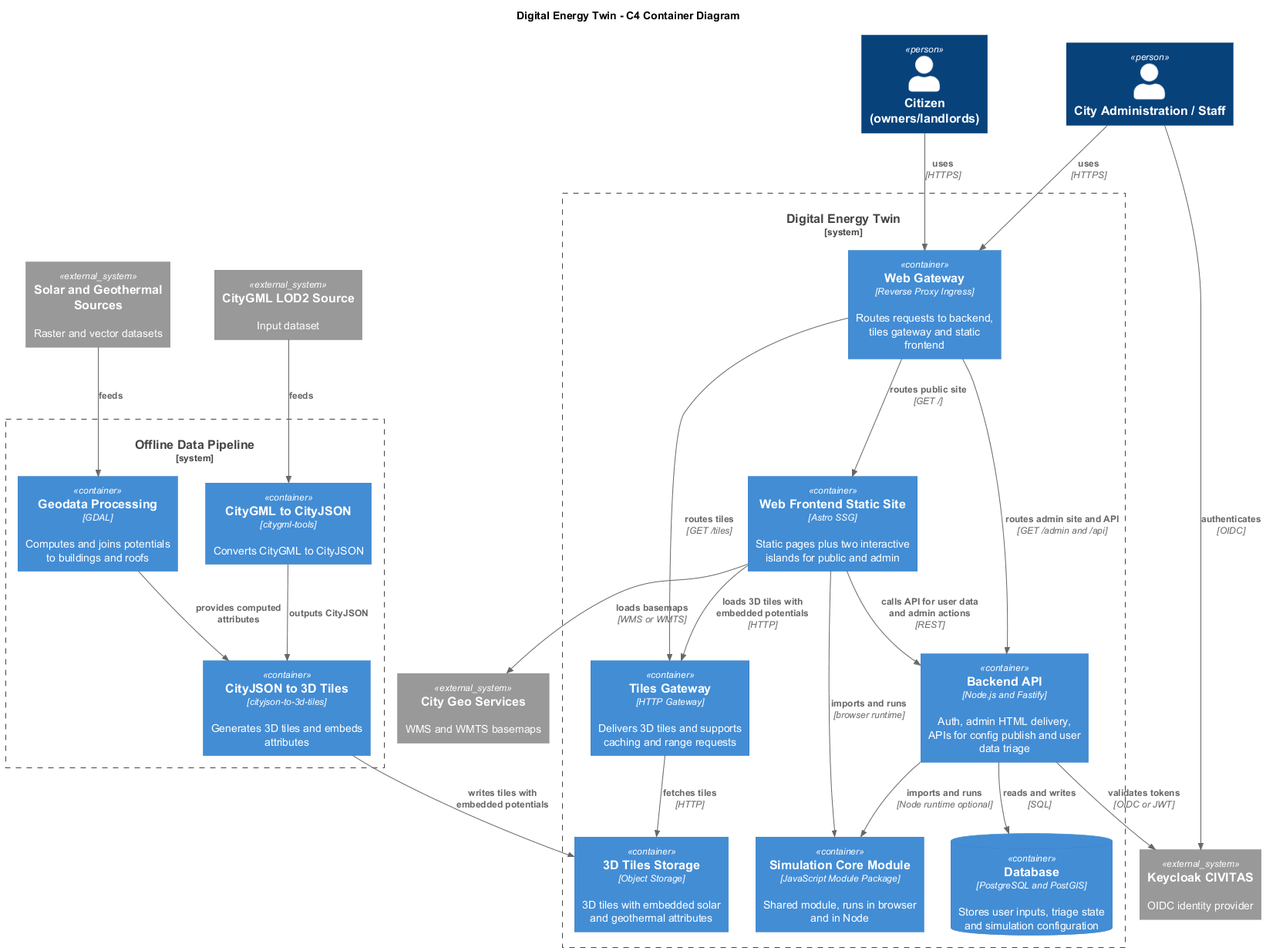
The PlantUML diagram docs/architecture/attachments/c4-container.png in csi-FOXBYTE/Regensburg_DigitalerEnergieZwilling_Backend, before a commit. The source it was exported from:
```plantuml
@startuml
!includeurl https://raw.githubusercontent.com/plantuml-stdlib/C4-PlantUML/master/C4_Container.puml

title Digital Energy Twin - C4 Container Diagram

Person(citizen, "Citizen (owners/landlords)")
Person(admin, "City Administration / Staff")

System_Boundary(det, "Digital Energy Twin") {

  Container(gateway, "Web Gateway", "Reverse Proxy Ingress", "Routes requests to backend, tiles gateway and static frontend")

  Container(frontend, "Web Frontend Static Site", "Astro SSG", "Static pages plus two interactive islands for public and admin")

  Container(backend, "Backend API", "Node.js and Fastify", "Auth, admin HTML delivery, APIs for config publish and user data triage")

  Container(simCore, "Simulation Core Module", "JavaScript Module Package", "Shared module, runs in browser and in Node")

  Container(tilesGw, "Tiles Gateway", "HTTP Gateway", "Delivers 3D tiles and supports caching and range requests")
  Container(tilesStore, "3D Tiles Storage", "Object Storage", "3D tiles with embedded solar and geothermal attributes")

  ContainerDb(db, "Database", "PostgreSQL and PostGIS", "Stores user inputs, triage state and simulation configuration")
}

System_Ext(idp, "Keycloak CIVITAS", "OIDC identity provider")
System_Ext(geo, "City Geo Services", "WMS and WMTS basemaps")

System_Ext(citygml, "CityGML LOD2 Source", "Input dataset")
System_Ext(potentials, "Solar and Geothermal Sources", "Raster and vector datasets")

System_Boundary(pipeline, "Offline Data Pipeline") {
  Container(citygmlTools, "CityGML to CityJSON", "citygml-tools", "Converts CityGML to CityJSON")
  Container(gdal, "Geodata Processing", "GDAL", "Computes and joins potentials to buildings and roofs")
  Container(tilesConv, "CityJSON to 3D Tiles", "cityjson-to-3d-tiles", "Generates 3D tiles and embeds attributes")
}

Rel(citizen, gateway, "uses", "HTTPS")
Rel(admin, gateway, "uses", "HTTPS")

Rel(gateway, frontend, "routes public site", "GET /")
Rel(gateway, backend, "routes admin site and API", "GET /admin and /api")
Rel(gateway, tilesGw, "routes tiles", "GET /tiles")

Rel(admin, idp, "authenticates", "OIDC")
Rel(backend, idp, "validates tokens", "OIDC or JWT")

Rel(frontend, simCore, "imports and runs", "browser runtime")
Rel(backend, simCore, "imports and runs", "Node runtime optional")

Rel(frontend, geo, "loads basemaps", "WMS or WMTS")
Rel(frontend, tilesGw, "loads 3D tiles with embedded potentials", "HTTP")
Rel(tilesGw, tilesStore, "fetches tiles", "HTTP")

Rel(backend, db, "reads and writes", "SQL")
Rel(frontend, backend, "calls API for user data and admin actions", "REST")

Rel(citygml, citygmlTools, "feeds")
Rel(potentials, gdal, "feeds")
Rel(citygmlTools, tilesConv, "outputs CityJSON")
Rel(gdal, tilesConv, "provides computed attributes")
Rel(tilesConv, tilesStore, "writes tiles with embedded potentials")

@enduml
```
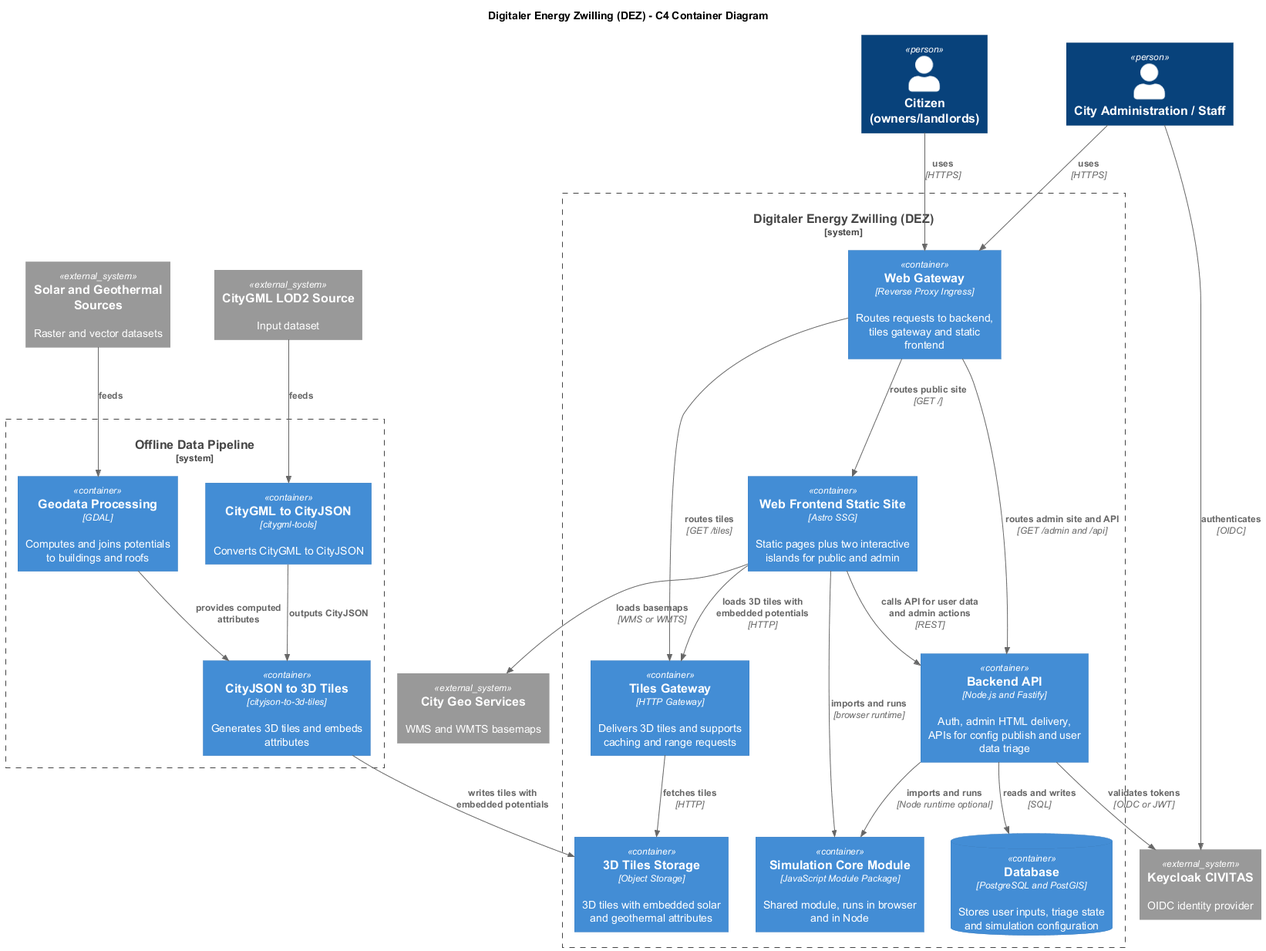
The same diagram one commit later.

The edit, as a diff of the source:
```diff
@@ -1,12 +1,12 @@
 @startuml
 !includeurl https://raw.githubusercontent.com/plantuml-stdlib/C4-PlantUML/master/C4_Container.puml
 
-title Digital Energy Twin - C4 Container Diagram
+title Digitaler Energy Zwilling (DEZ) - C4 Container Diagram
 
 Person(citizen, "Citizen (owners/landlords)")
 Person(admin, "City Administration / Staff")
 
-System_Boundary(det, "Digital Energy Twin") {
+System_Boundary(det, "Digitaler Energy Zwilling (DEZ)") {
 
   Container(gateway, "Web Gateway", "Reverse Proxy Ingress", "Routes requests to backend, tiles gateway and static frontend")
 
```
